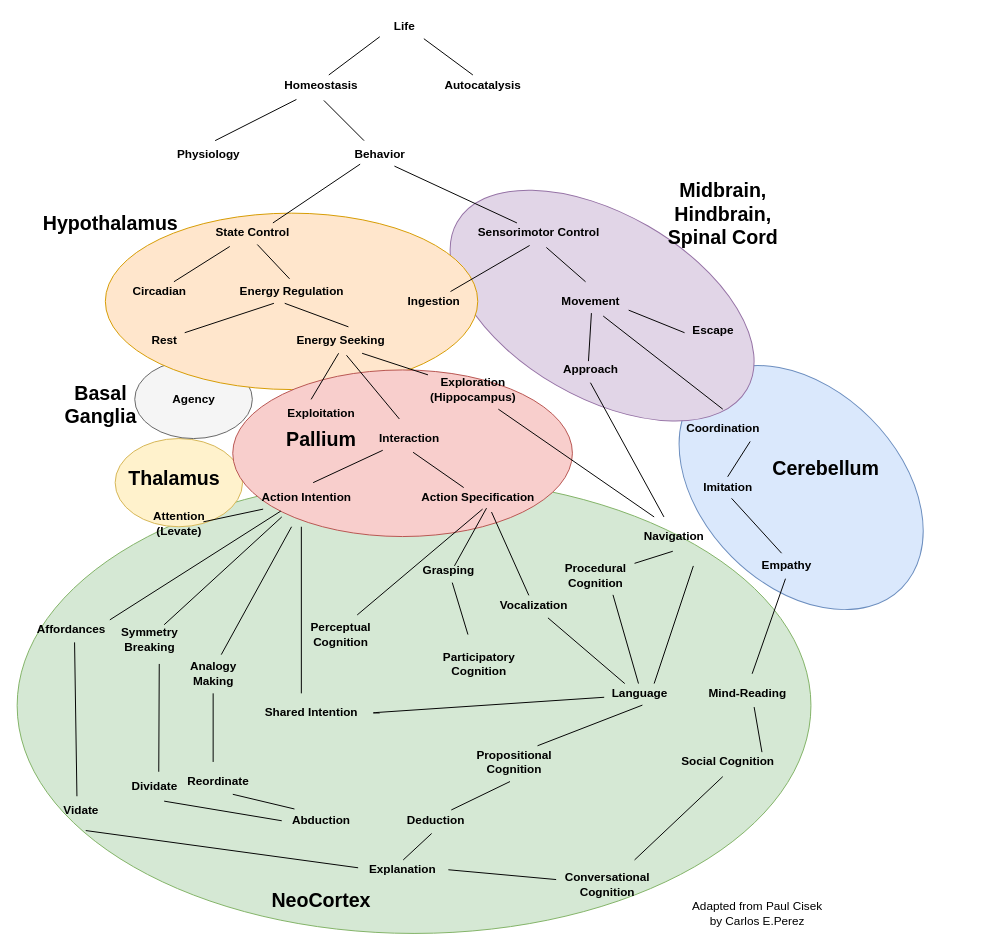
codeaudit/1 keeps this draw.io diagram as cognitive_evolution.drawio. Above is the earlier version. Source tidied: cells renumbered, new cells numbered last; positions are measured from the earlier drawing's top-left corner, leaving out a move shared by most shapes. Both pictures are drawn from the tidied source at 98%, with x=0, y=0 at pixel (17, 17).
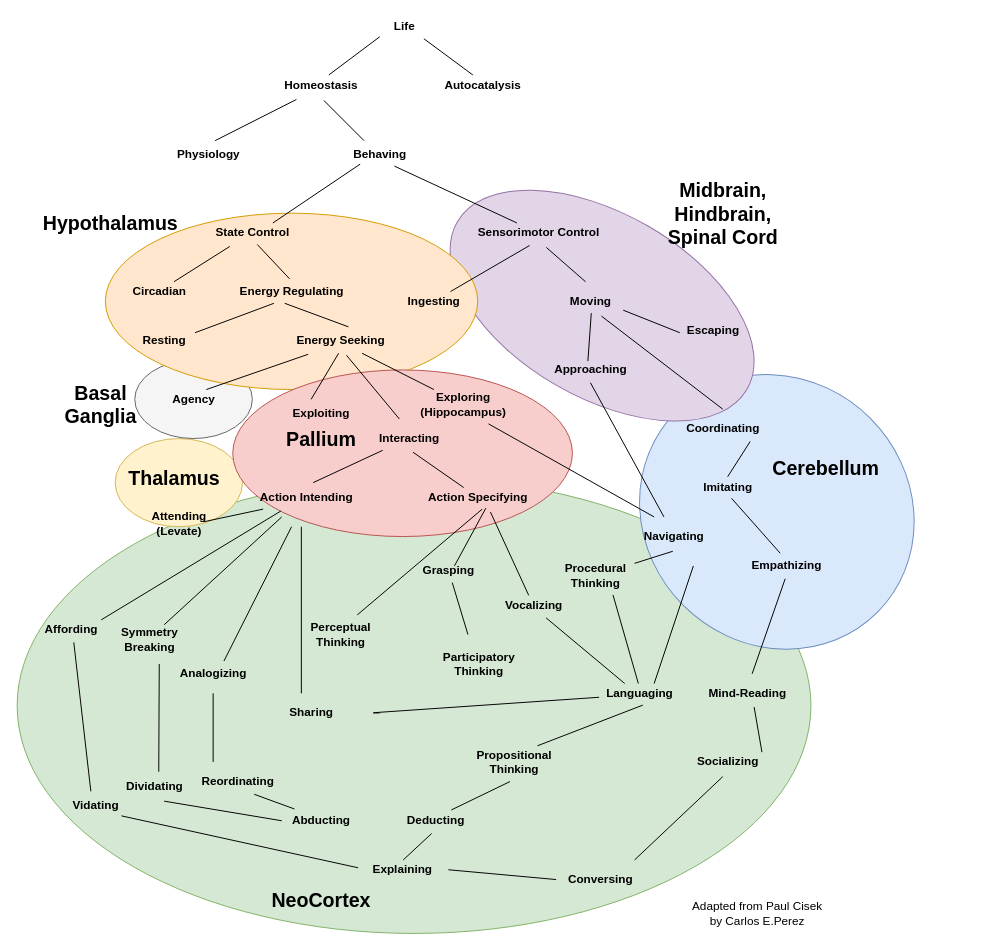
The same page after the edit.

Unchanged cells that the change refers to:
```xml
<mxCell id="16" value="Agency" style="text;html=1;align=center;verticalAlign=middle;points=[];fontStyle=1;" parent="1" vertex="1">
  <mxGeometry x="150" y="380" width="60" height="20" as="geometry" />
</mxCell>
<mxCell id="23" value="Energy Seeking" style="text;html=1;align=center;verticalAlign=middle;points=[];fontStyle=1;" parent="1" vertex="1">
  <mxGeometry x="275" y="320" width="110" height="20" as="geometry" />
</mxCell>
```

Diff of the diagram source:
```diff
@@
     <mxCell id="4" style="ellipse;whiteSpace=wrap;html=1;rotation=45;fillColor=#dae8fc;strokeColor=#6c8ebf;" parent="1" vertex="1">
-      <mxGeometry x="655" y="380" width="290" height="200" as="geometry" />
+      <mxGeometry x="630.2" y="369.8" width="290" height="270" as="geometry" />
     </mxCell>
@@
-    <mxCell id="13" value="Behavior" style="text;html=1;align=center;verticalAlign=middle;points=[];fontStyle=1;" parent="1" vertex="1">
+    <mxCell id="13" value="Behaving" style="text;html=1;align=center;verticalAlign=middle;points=[];fontStyle=1;" parent="1" vertex="1">
       <mxGeometry x="335" y="130" width="70" height="20" as="geometry" />
     </mxCell>
@@
-    <mxCell id="17" value="Exploitation" style="text;html=1;align=center;verticalAlign=middle;fontStyle=1;" parent="1" vertex="1">
-      <mxGeometry x="270" y="395" width="80" height="20" as="geometry" />
+    <mxCell id="17" value="Exploiting" style="text;html=1;align=center;verticalAlign=middle;fontStyle=1;" parent="1" vertex="1">
+      <mxGeometry x="275" y="395" width="70" height="20" as="geometry" />
     </mxCell>
-    <mxCell id="18" value="Exploration&lt;br&gt;(Hippocampus)" style="text;html=1;align=center;verticalAlign=middle;points=[];fontStyle=1;" parent="1" vertex="1">
-      <mxGeometry x="415" y="365" width="100" height="30" as="geometry" />
+    <mxCell id="18" value="Exploring&lt;br&gt;(Hippocampus)" style="text;html=1;align=center;verticalAlign=middle;points=[];fontStyle=1;" parent="1" vertex="1">
+      <mxGeometry x="405" y="380" width="100" height="30" as="geometry" />
     </mxCell>
-    <mxCell id="19" value="Interaction" style="text;html=1;align=center;verticalAlign=middle;points=[];fontStyle=1;" parent="1" vertex="1">
+    <mxCell id="19" value="Interacting" style="text;html=1;align=center;verticalAlign=middle;points=[];fontStyle=1;" parent="1" vertex="1">
       <mxGeometry x="360" y="420" width="80" height="20" as="geometry" />
     </mxCell>
@@
-    <mxCell id="21" value="Energy Regulation" style="text;html=1;align=center;verticalAlign=middle;points=[];fontStyle=1;" parent="1" vertex="1">
+    <mxCell id="21" value="Energy Regulating" style="text;html=1;align=center;verticalAlign=middle;points=[];fontStyle=1;" parent="1" vertex="1">
       <mxGeometry x="220" y="270" width="120" height="20" as="geometry" />
     </mxCell>
-    <mxCell id="22" value="Rest" style="text;html=1;align=center;verticalAlign=middle;points=[];fontStyle=1;" parent="1" vertex="1">
-      <mxGeometry x="130" y="320" width="40" height="20" as="geometry" />
+    <mxCell id="22" value="Resting" style="text;html=1;align=center;verticalAlign=middle;points=[];fontStyle=1;" parent="1" vertex="1">
+      <mxGeometry x="120" y="320" width="60" height="20" as="geometry" />
     </mxCell>
@@
-    <mxCell id="24" value="Ingestion" style="text;html=1;align=center;verticalAlign=middle;points=[];fontStyle=1;" parent="1" vertex="1">
+    <mxCell id="24" value="Ingesting" style="text;html=1;align=center;verticalAlign=middle;points=[];fontStyle=1;" parent="1" vertex="1">
       <mxGeometry x="390" y="280" width="70" height="20" as="geometry" />
     </mxCell>
-    <mxCell id="25" value="Movement" style="text;html=1;align=center;verticalAlign=middle;points=[];fontStyle=1;" parent="1" vertex="1">
-      <mxGeometry x="550" y="280" width="70" height="20" as="geometry" />
+    <mxCell id="25" value="Moving" style="text;html=1;align=center;verticalAlign=middle;points=[];fontStyle=1;" parent="1" vertex="1">
+      <mxGeometry x="555" y="280" width="60" height="20" as="geometry" />
     </mxCell>
-    <mxCell id="26" value="Escape" style="text;html=1;align=center;verticalAlign=middle;points=[];fontStyle=1;" parent="1" vertex="1">
-      <mxGeometry x="680" y="310" width="60" height="20" as="geometry" />
+    <mxCell id="26" value="Escaping" style="text;html=1;align=center;verticalAlign=middle;points=[];fontStyle=1;" parent="1" vertex="1">
+      <mxGeometry x="675" y="310" width="70" height="20" as="geometry" />
     </mxCell>
-    <mxCell id="27" value="Approach" style="text;html=1;align=center;verticalAlign=middle;points=[];fontStyle=1;" parent="1" vertex="1">
-      <mxGeometry x="550" y="350" width="70" height="20" as="geometry" />
+    <mxCell id="27" value="Approaching" style="text;html=1;align=center;verticalAlign=middle;points=[];fontStyle=1;" parent="1" vertex="1">
+      <mxGeometry x="540" y="350" width="90" height="20" as="geometry" />
     </mxCell>
-    <mxCell id="28" value="Action Intention" style="text;html=1;align=center;verticalAlign=middle;points=[];fontStyle=1;" parent="1" vertex="1">
+    <mxCell id="28" value="Action Intending" style="text;html=1;align=center;verticalAlign=middle;points=[];fontStyle=1;" parent="1" vertex="1">
       <mxGeometry x="240" y="480" width="110" height="20" as="geometry" />
     </mxCell>
-    <mxCell id="29" value="Action Specification" style="text;html=1;align=center;verticalAlign=middle;points=[];fontStyle=1;" parent="1" vertex="1">
-      <mxGeometry x="405" y="480" width="130" height="20" as="geometry" />
+    <mxCell id="29" value="Action Specifying" style="text;html=1;align=center;verticalAlign=middle;points=[];fontStyle=1;" parent="1" vertex="1">
+      <mxGeometry x="410" y="480" width="120" height="20" as="geometry" />
     </mxCell>
-    <mxCell id="30" value="&lt;br&gt;Attention&lt;br&gt;(Levate)" style="text;html=1;align=center;verticalAlign=middle;fontStyle=1;" parent="1" vertex="1">
+    <mxCell id="30" value="&lt;br&gt;Attending&lt;br&gt;(Levate)" style="text;html=1;align=center;verticalAlign=middle;fontStyle=1;" parent="1" vertex="1">
       <mxGeometry x="130" y="485" width="70" height="50" as="geometry" />
     </mxCell>
-    <mxCell id="31" value="Affordances" style="text;html=1;align=center;verticalAlign=middle;points=[];fontStyle=1;" parent="1" vertex="1">
-      <mxGeometry x="10" y="615" width="90" height="20" as="geometry" />
+    <mxCell id="31" value="Affording" style="text;html=1;align=center;verticalAlign=middle;points=[];fontStyle=1;" parent="1" vertex="1">
+      <mxGeometry x="20" y="615" width="70" height="20" as="geometry" />
     </mxCell>
-    <mxCell id="32" value="Dividate" style="text;html=1;align=center;verticalAlign=middle;fontStyle=1;" parent="1" vertex="1">
-      <mxGeometry x="110" y="775" width="60" height="20" as="geometry" />
+    <mxCell id="32" value="Dividating" style="text;html=1;align=center;verticalAlign=middle;fontStyle=1;" parent="1" vertex="1">
+      <mxGeometry x="105" y="775" width="70" height="20" as="geometry" />
     </mxCell>
-    <mxCell id="33" value="Analogy&lt;br&gt;Making" style="text;html=1;align=center;verticalAlign=middle;points=[];fontStyle=1;" parent="1" vertex="1">
-      <mxGeometry x="170" y="655" width="60" height="30" as="geometry" />
+    <mxCell id="33" value="Analogizing" style="text;html=1;align=center;verticalAlign=middle;points=[];fontStyle=1;" parent="1" vertex="1">
+      <mxGeometry x="160" y="660" width="80" height="20" as="geometry" />
     </mxCell>
-    <mxCell id="34" value="Procedural&lt;br&gt;Cognition" style="text;html=1;align=center;verticalAlign=middle;points=[];fontStyle=1;" parent="1" vertex="1">
+    <mxCell id="34" value="Procedural&lt;br&gt;Thinking" style="text;html=1;align=center;verticalAlign=middle;points=[];fontStyle=1;" parent="1" vertex="1">
       <mxGeometry x="550" y="555" width="80" height="30" as="geometry" />
     </mxCell>
-    <mxCell id="35" value="Propositional&lt;br&gt;Cognition" style="text;html=1;align=center;verticalAlign=middle;points=[];fontStyle=1;" parent="1" vertex="1">
+    <mxCell id="35" value="Propositional&lt;br&gt;Thinking" style="text;html=1;align=center;verticalAlign=middle;points=[];fontStyle=1;" parent="1" vertex="1">
       <mxGeometry x="461.6" y="745" width="90" height="30" as="geometry" />
     </mxCell>
-    <mxCell id="36" value="Perceptual&lt;br&gt;Cognition" style="text;html=1;align=center;verticalAlign=middle;fontStyle=1;" parent="1" vertex="1">
+    <mxCell id="36" value="Perceptual&lt;br&gt;Thinking" style="text;html=1;align=center;verticalAlign=middle;fontStyle=1;" parent="1" vertex="1">
       <mxGeometry x="290" y="615" width="80" height="30" as="geometry" />
     </mxCell>
-    <mxCell id="37" value="Participatory&lt;br&gt;Cognition" style="text;html=1;align=center;verticalAlign=middle;fontStyle=1;" parent="1" vertex="1">
+    <mxCell id="37" value="Participatory&lt;br&gt;Thinking" style="text;html=1;align=center;verticalAlign=middle;fontStyle=1;" parent="1" vertex="1">
       <mxGeometry x="426.2" y="645" width="90" height="30" as="geometry" />
     </mxCell>
-    <mxCell id="38" value="Shared Intention" style="text;html=1;align=center;verticalAlign=middle;fontStyle=1;" parent="1" vertex="1">
-      <mxGeometry x="245" y="700" width="110" height="20" as="geometry" />
+    <mxCell id="38" value="Sharing" style="text;html=1;align=center;verticalAlign=middle;fontStyle=1;" parent="1" vertex="1">
+      <mxGeometry x="270" y="700" width="60" height="20" as="geometry" />
     </mxCell>
-    <mxCell id="39" value="Coordination" style="text;html=1;align=center;verticalAlign=middle;points=[];fontStyle=1;" parent="1" vertex="1">
+    <mxCell id="39" value="Coordinating" style="text;html=1;align=center;verticalAlign=middle;points=[];fontStyle=1;" parent="1" vertex="1">
       <mxGeometry x="675" y="410" width="90" height="20" as="geometry" />
     </mxCell>
-    <mxCell id="40" value="Social Cognition" style="text;html=1;align=center;verticalAlign=middle;fontStyle=1;" parent="1" vertex="1">
-      <mxGeometry x="670" y="750" width="110" height="20" as="geometry" />
+    <mxCell id="40" value="Socializing" style="text;html=1;align=center;verticalAlign=middle;fontStyle=1;" parent="1" vertex="1">
+      <mxGeometry x="685" y="750" width="80" height="20" as="geometry" />
     </mxCell>
-    <mxCell id="41" value="Imitation" style="text;html=1;align=center;verticalAlign=middle;points=[];fontStyle=1;" parent="1" vertex="1">
+    <mxCell id="41" value="Imitating" style="text;html=1;align=center;verticalAlign=middle;points=[];fontStyle=1;" parent="1" vertex="1">
       <mxGeometry x="690" y="470" width="70" height="20" as="geometry" />
     </mxCell>
-    <mxCell id="42" value="Language" style="text;html=1;align=center;verticalAlign=middle;points=[];fontStyle=1;" parent="1" vertex="1">
-      <mxGeometry x="600" y="680" width="70" height="20" as="geometry" />
+    <mxCell id="42" value="Languaging" style="text;html=1;align=center;verticalAlign=middle;points=[];fontStyle=1;" parent="1" vertex="1">
+      <mxGeometry x="595" y="680" width="80" height="20" as="geometry" />
     </mxCell>
@@
-    <mxCell id="44" value="Navigation" style="text;html=1;align=center;verticalAlign=middle;points=[];fontStyle=1;" parent="1" vertex="1">
+    <mxCell id="44" value="Navigating" style="text;html=1;align=center;verticalAlign=middle;points=[];fontStyle=1;" parent="1" vertex="1">
       <mxGeometry x="630" y="520" width="80" height="20" as="geometry" />
     </mxCell>
@@
-    <mxCell id="46" value="&lt;b&gt;Vocalization&lt;/b&gt;" style="text;html=1;align=center;verticalAlign=middle;points=[];" parent="1" vertex="1">
-      <mxGeometry x="486.6" y="590" width="80" height="20" as="geometry" />
+    <mxCell id="46" value="&lt;b&gt;Vocalizing&lt;/b&gt;" style="text;html=1;align=center;verticalAlign=middle;points=[];" parent="1" vertex="1">
+      <mxGeometry x="491.6" y="590" width="70" height="20" as="geometry" />
     </mxCell>
-    <mxCell id="47" value="&lt;b&gt;Empathy&lt;/b&gt;" style="text;html=1;align=center;verticalAlign=middle;points=[];" parent="1" vertex="1">
-      <mxGeometry x="750" y="550" width="70" height="20" as="geometry" />
+    <mxCell id="47" value="&lt;b&gt;Empathizing&lt;/b&gt;" style="text;html=1;align=center;verticalAlign=middle;points=[];" parent="1" vertex="1">
+      <mxGeometry x="740" y="550" width="90" height="20" as="geometry" />
     </mxCell>
@@
-    <mxCell id="87" value="Conversational&lt;br&gt;Cognition" style="text;html=1;align=center;verticalAlign=middle;fontStyle=1;" parent="1" vertex="1">
-      <mxGeometry x="551.6" y="870" width="100" height="30" as="geometry" />
+    <mxCell id="87" value="Conversing" style="text;html=1;align=center;verticalAlign=middle;fontStyle=1;" parent="1" vertex="1">
+      <mxGeometry x="555" y="870" width="80" height="20" as="geometry" />
     </mxCell>
@@
-    <mxCell id="100" value="Reordinate" style="text;html=1;align=center;verticalAlign=middle;points=[];fontStyle=1;" parent="1" vertex="1">
-      <mxGeometry x="165" y="770" width="80" height="20" as="geometry" />
+    <mxCell id="100" value="Reordinating" style="text;html=1;align=center;verticalAlign=middle;points=[];fontStyle=1;" parent="1" vertex="1">
+      <mxGeometry x="180" y="770" width="90" height="20" as="geometry" />
     </mxCell>
@@
-    <mxCell id="103" value="Vidate" style="text;html=1;align=center;verticalAlign=middle;points=[];fontStyle=1;" parent="1" vertex="1">
-      <mxGeometry x="40" y="800" width="50" height="20" as="geometry" />
+    <mxCell id="103" value="Vidating" style="text;html=1;align=center;verticalAlign=middle;points=[];fontStyle=1;" parent="1" vertex="1">
+      <mxGeometry x="50" y="795" width="60" height="20" as="geometry" />
     </mxCell>
@@
-    <mxCell id="105" value="Abduction" style="text;html=1;align=center;verticalAlign=middle;points=[];fontStyle=1;" parent="1" vertex="1">
+    <mxCell id="105" value="Abducting" style="text;html=1;align=center;verticalAlign=middle;points=[];fontStyle=1;" parent="1" vertex="1">
       <mxGeometry x="275" y="810" width="70" height="20" as="geometry" />
     </mxCell>
-    <mxCell id="106" value="Explanation" style="text;html=1;align=center;verticalAlign=middle;points=[];fontStyle=1;" parent="1" vertex="1">
+    <mxCell id="106" value="Explaining" style="text;html=1;align=center;verticalAlign=middle;points=[];fontStyle=1;" parent="1" vertex="1">
       <mxGeometry x="353.3" y="860" width="80" height="20" as="geometry" />
     </mxCell>
@@
-    <mxCell id="108" value="&lt;b&gt;Deduction&lt;br&gt;&lt;/b&gt;" style="text;html=1;align=center;verticalAlign=middle;points=[];" parent="1" vertex="1">
+    <mxCell id="108" value="&lt;b&gt;Deducting&lt;br&gt;&lt;/b&gt;" style="text;html=1;align=center;verticalAlign=middle;points=[];" parent="1" vertex="1">
       <mxGeometry x="391.6" y="810" width="70" height="20" as="geometry" />
     </mxCell>
@@
-    <mxCell id="111" style="endArrow=none;html=1;entryX=-0.067;entryY=0.4;entryDx=0;entryDy=0;entryPerimeter=0;" parent="1" edge="1" target="106">
-      <mxGeometry relative="1" as="geometry">
-        <mxPoint x="70" y="830" as="sourcePoint" />
-      </mxGeometry>
+    <mxCell id="111" style="endArrow=none;html=1;entryX=-0.067;entryY=0.4;entryDx=0;entryDy=0;entryPerimeter=0;exitX=0.94;exitY=1;exitDx=0;exitDy=0;exitPerimeter=0;" parent="1" edge="1" source="103" target="106">
+      <mxGeometry relative="1" as="geometry" />
     </mxCell>
@@
+    <mxCell id="114" style="endArrow=none;html=1;entryX=0.2;entryY=1.2;entryDx=0;entryDy=0;entryPerimeter=0;exitX=0.717;exitY=0;exitDx=0;exitDy=0;exitPerimeter=0;" parent="1" edge="1" source="16" target="23">
+      <mxGeometry relative="1" as="geometry" />
+    </mxCell>
```
